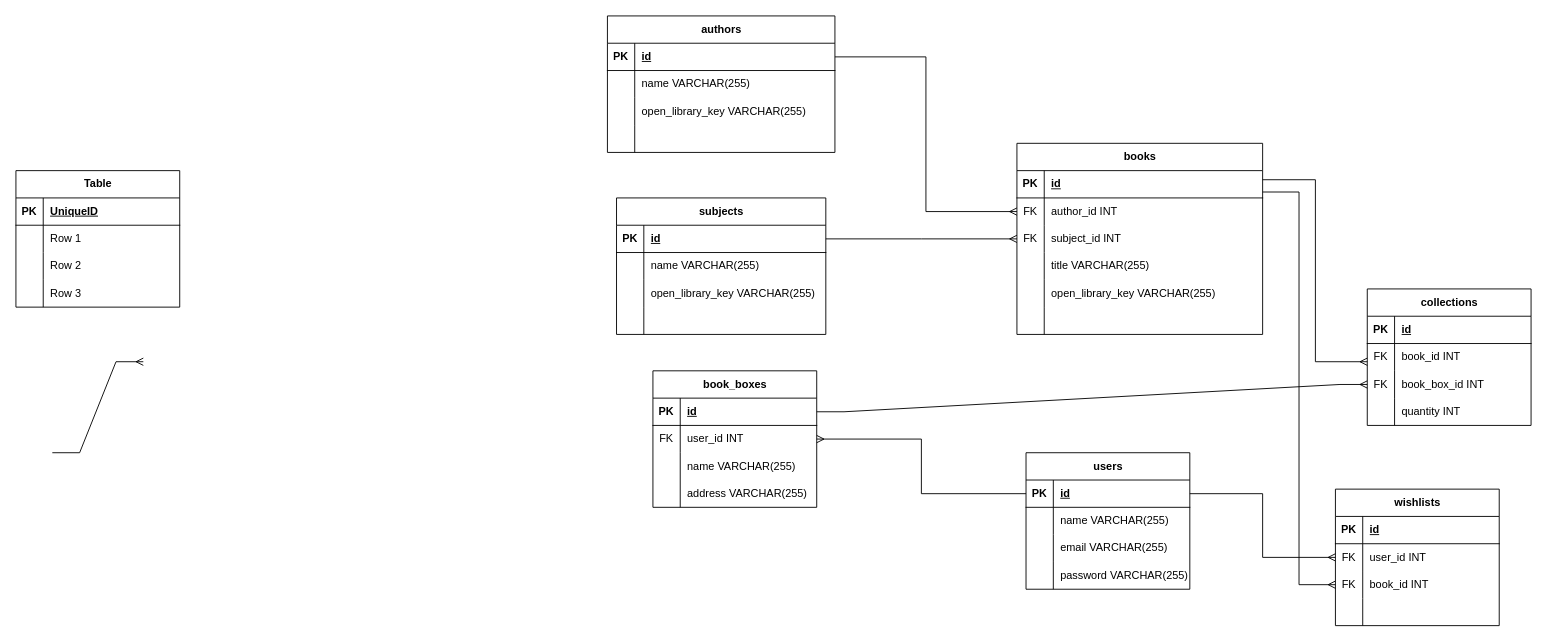
Above: Planning/victoria-book-box-erd.drawio in Vani11aG310/victoria-book-box (draw.io), before the change. Source tidied: cells renumbered, new cells numbered last; positions are measured from the earlier drawing's top-left corner, leaving out a move shared by most shapes. Both pictures are drawn from the tidied source at 91%, with x=0, y=0 at pixel (15, 15).
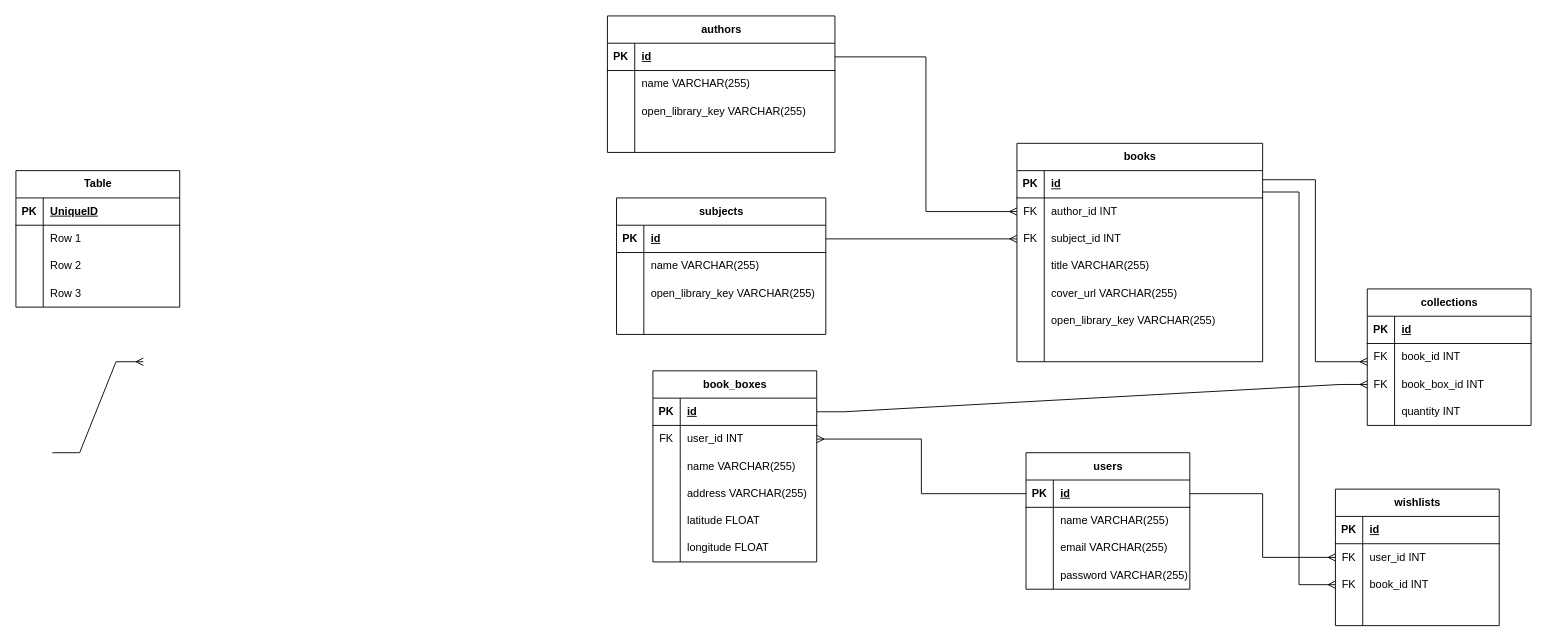
The same page after the edit.

Commit message:
Add lat/long to book_boxes. Add cover_url to books table.

Diff of the diagram source:
```diff
@@
     <mxCell id="29" value="book_boxes" style="shape=table;startSize=30;childLayout=tableLayout;rowLines=0;fontStyle=1;align=center;html=1;" parent="1" vertex="1">
-      <mxGeometry x="700" y="390" width="180" height="150" as="geometry" />
+      <mxGeometry x="700" y="390" width="180" height="210" as="geometry" />
     </mxCell>
@@
+    <mxCell id="120" style="shape=tableRow;horizontal=0;startSize=0;swimlaneHead=0;swimlaneBody=0;fillColor=none;top=0;left=0;right=0;bottom=0;" parent="29" vertex="1">
+      <mxGeometry y="150" width="180" height="30" as="geometry" />
+    </mxCell>
+    <mxCell id="121" style="shape=partialRectangle;fillColor=none;top=0;left=0;bottom=0;right=0;overflow=hidden;whiteSpace=wrap;html=1;" parent="120" vertex="1">
+      <mxGeometry width="30" height="30" as="geometry" />
+    </mxCell>
+    <mxCell id="122" value="latitude FLOAT" style="shape=partialRectangle;fillColor=none;top=0;left=0;bottom=0;right=0;align=left;spacingLeft=6;overflow=hidden;whiteSpace=wrap;html=1;" parent="120" vertex="1">
+      <mxGeometry x="30" width="150" height="30" as="geometry" />
+    </mxCell>
+    <mxCell id="123" style="shape=tableRow;horizontal=0;startSize=0;swimlaneHead=0;swimlaneBody=0;fillColor=none;top=0;left=0;right=0;bottom=0;" parent="29" vertex="1">
+      <mxGeometry y="180" width="180" height="30" as="geometry" />
+    </mxCell>
+    <mxCell id="124" style="shape=partialRectangle;fillColor=none;top=0;left=0;bottom=0;right=0;overflow=hidden;whiteSpace=wrap;html=1;" parent="123" vertex="1">
+      <mxGeometry width="30" height="30" as="geometry" />
+    </mxCell>
+    <mxCell id="125" value="longitude FLOAT" style="shape=partialRectangle;fillColor=none;top=0;left=0;bottom=0;right=0;align=left;spacingLeft=6;overflow=hidden;whiteSpace=wrap;html=1;" parent="123" vertex="1">
+      <mxGeometry x="30" width="150" height="30" as="geometry" />
+    </mxCell>
     <mxCell id="42" value="books" style="shape=table;startSize=30;childLayout=tableLayout;rowLines=0;fontStyle=1;align=center;html=1;" parent="1" vertex="1">
-      <mxGeometry x="1100" y="140" width="270" height="210" as="geometry" />
+      <mxGeometry x="1100" y="140" width="270" height="240" as="geometry" />
     </mxCell>
@@
+    <mxCell id="126" style="shape=tableRow;horizontal=0;startSize=0;swimlaneHead=0;swimlaneBody=0;fillColor=none;top=0;left=0;right=0;bottom=0;" parent="42" vertex="1">
+      <mxGeometry y="150" width="270" height="30" as="geometry" />
+    </mxCell>
+    <mxCell id="127" style="shape=partialRectangle;fillColor=none;top=0;left=0;bottom=0;right=0;overflow=hidden;whiteSpace=wrap;html=1;" parent="126" vertex="1">
+      <mxGeometry width="30" height="30" as="geometry" />
+    </mxCell>
+    <mxCell id="128" value="cover_url VARCHAR(255)" style="shape=partialRectangle;fillColor=none;top=0;left=0;bottom=0;right=0;align=left;spacingLeft=6;overflow=hidden;whiteSpace=wrap;html=1;" parent="126" vertex="1">
+      <mxGeometry x="30" width="240" height="30" as="geometry" />
+    </mxCell>
     <mxCell id="55" style="shape=tableRow;horizontal=0;startSize=0;swimlaneHead=0;swimlaneBody=0;fillColor=none;top=0;left=0;right=0;bottom=0;" parent="42" vertex="1">
-      <mxGeometry y="150" width="270" height="30" as="geometry" />
+      <mxGeometry y="180" width="270" height="30" as="geometry" />
     </mxCell>
@@
     <mxCell id="58" style="shape=tableRow;horizontal=0;startSize=0;swimlaneHead=0;swimlaneBody=0;fillColor=none;top=0;left=0;right=0;bottom=0;" parent="42" vertex="1">
-      <mxGeometry y="180" width="270" height="30" as="geometry" />
+      <mxGeometry y="210" width="270" height="30" as="geometry" />
     </mxCell>
```
